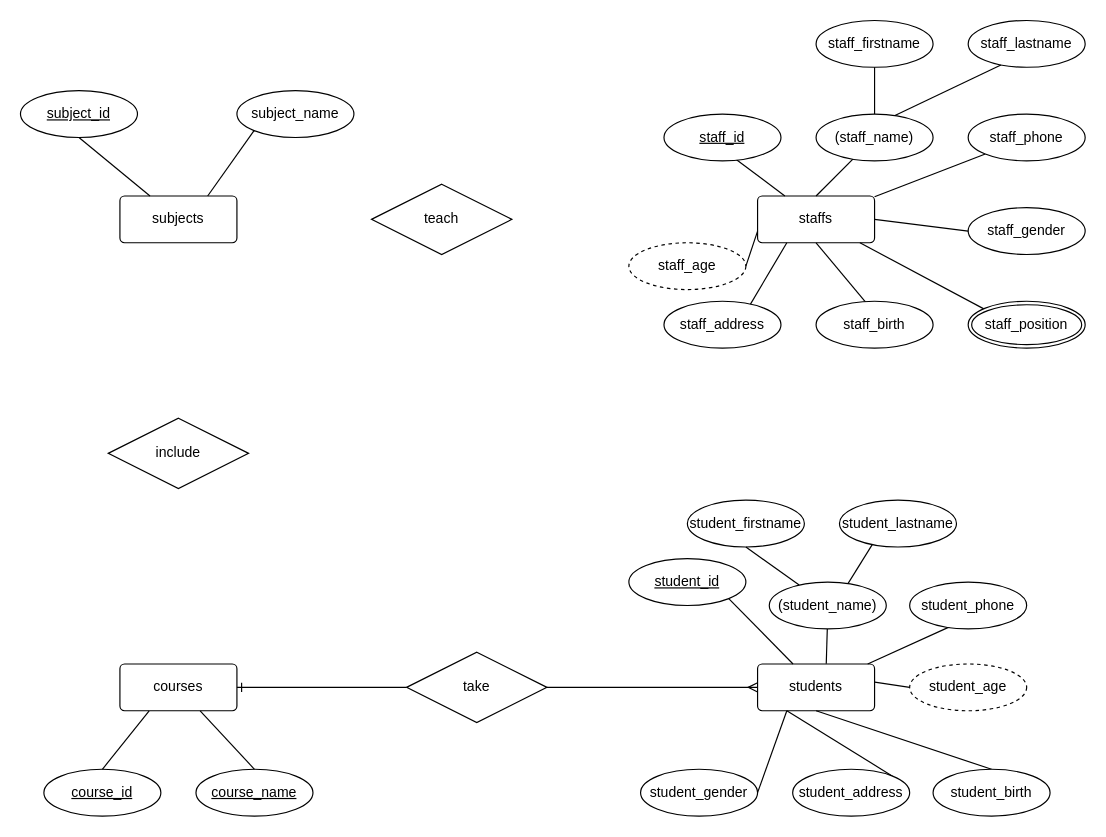
Earlier version of the draw.io diagram Untitled Diagram.drawio (trieudatly/learnjavacore). Source tidied: cells renumbered, new cells numbered last; positions are measured from the earlier drawing's top-left corner, leaving out a move shared by most shapes. Both pictures are drawn from the tidied source at 117%, with x=0, y=0 at pixel (20, 20).
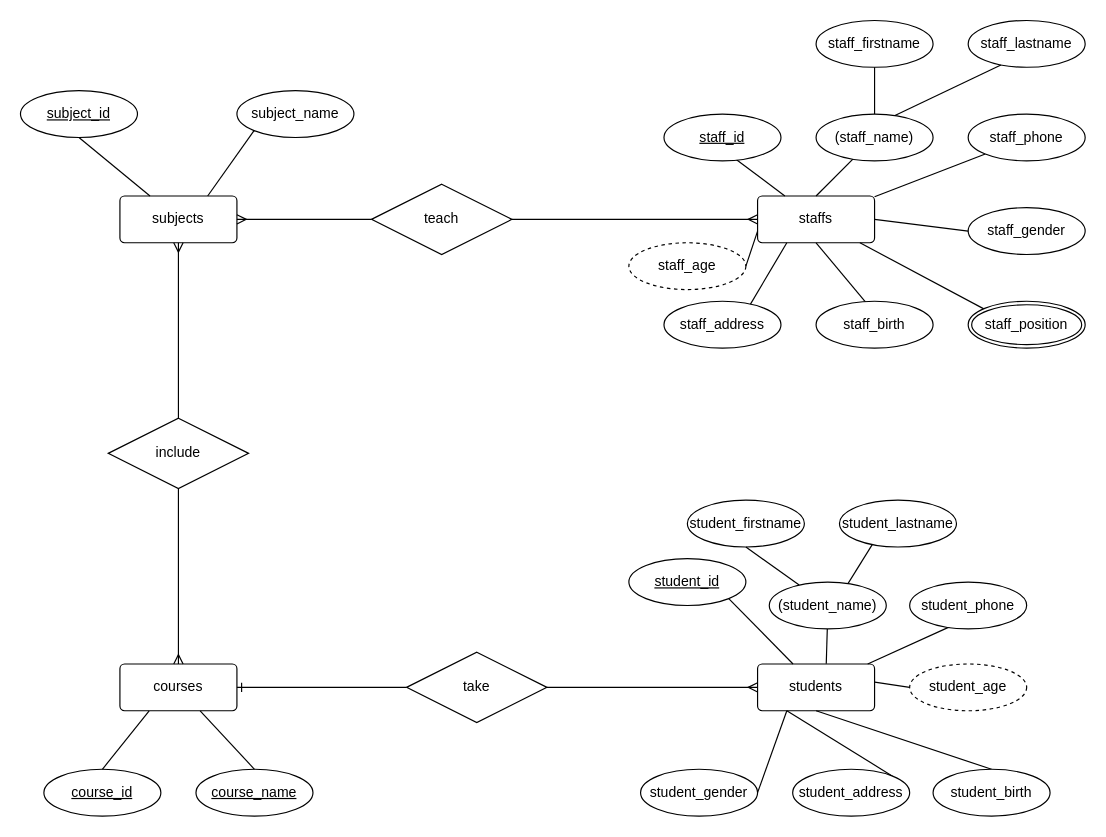
The same page after the edit.

The change refers to these unchanged cells:
```xml
<mxCell id="2" value="staffs" style="rounded=1;arcSize=10;whiteSpace=wrap;html=1;align=center;" parent="1" vertex="1">
  <mxGeometry x="630" y="150" width="100" height="40" as="geometry" />
</mxCell>
<mxCell id="19" value="students" style="rounded=1;arcSize=10;whiteSpace=wrap;html=1;align=center;" parent="1" vertex="1">
  <mxGeometry x="630" y="550" width="100" height="40" as="geometry" />
</mxCell>
<mxCell id="38" value="courses" style="rounded=1;arcSize=10;whiteSpace=wrap;html=1;align=center;" parent="1" vertex="1">
  <mxGeometry x="85" y="550" width="100" height="40" as="geometry" />
</mxCell>
<mxCell id="47" value="subjects" style="rounded=1;arcSize=10;whiteSpace=wrap;html=1;align=center;" parent="1" vertex="1">
  <mxGeometry x="85" y="150" width="100" height="40" as="geometry" />
</mxCell>
<mxCell id="52" value="teach" style="shape=rhombus;perimeter=rhombusPerimeter;whiteSpace=wrap;html=1;align=center;" parent="1" vertex="1">
  <mxGeometry x="300" y="140" width="120" height="60" as="geometry" />
</mxCell>
<mxCell id="53" value="include" style="shape=rhombus;perimeter=rhombusPerimeter;whiteSpace=wrap;html=1;align=center;" parent="1" vertex="1">
  <mxGeometry x="75" y="340" width="120" height="60" as="geometry" />
</mxCell>
<mxCell id="54" value="take" style="shape=rhombus;perimeter=rhombusPerimeter;whiteSpace=wrap;html=1;align=center;" parent="1" vertex="1">
  <mxGeometry x="330" y="540" width="120" height="60" as="geometry" />
</mxCell>
```

What changed in the source:
```diff
@@
-    <mxCell id="55" style="edgeStyle=entityRelationEdgeStyle;fontSize=12;html=1;endArrow=ERmany;rounded=0;entryX=0;entryY=0.5;entryDx=0;entryDy=0;exitX=1;exitY=0.5;exitDx=0;exitDy=0;" parent="1" edge="1" source="54" target="19">
+    <mxCell id="55" style="edgeStyle=entityRelationEdgeStyle;fontSize=12;html=1;endArrow=ERmany;rounded=0;entryX=0;entryY=0.5;entryDx=0;entryDy=0;exitX=1;exitY=0.5;exitDx=0;exitDy=0;strokeWidth=1;" parent="1" edge="1" source="54" target="19">
       <mxGeometry relative="1" as="geometry" />
     </mxCell>
@@
+    <mxCell id="57" style="fontSize=12;html=1;endArrow=ERmany;rounded=0;entryX=0.5;entryY=1;entryDx=0;entryDy=0;exitX=0.5;exitY=0;exitDx=0;exitDy=0;" parent="1" edge="1" source="53" target="47">
+      <mxGeometry relative="1" as="geometry" />
+    </mxCell>
+    <mxCell id="58" style="fontSize=12;html=1;endArrow=ERmany;rounded=0;entryX=0.5;entryY=0;entryDx=0;entryDy=0;exitX=0.5;exitY=1;exitDx=0;exitDy=0;" parent="1" edge="1" source="53" target="38">
+      <mxGeometry relative="1" as="geometry" />
+    </mxCell>
+    <mxCell id="59" style="fontSize=12;html=1;endArrow=ERmany;rounded=0;entryX=0;entryY=0.5;entryDx=0;entryDy=0;exitX=1;exitY=0.5;exitDx=0;exitDy=0;" parent="1" edge="1" source="52" target="2">
+      <mxGeometry relative="1" as="geometry" />
+    </mxCell>
+    <mxCell id="60" style="fontSize=12;html=1;endArrow=ERmany;rounded=0;entryX=1;entryY=0.5;entryDx=0;entryDy=0;" parent="1" edge="1" source="52" target="47">
+      <mxGeometry relative="1" as="geometry" />
+    </mxCell>
```
